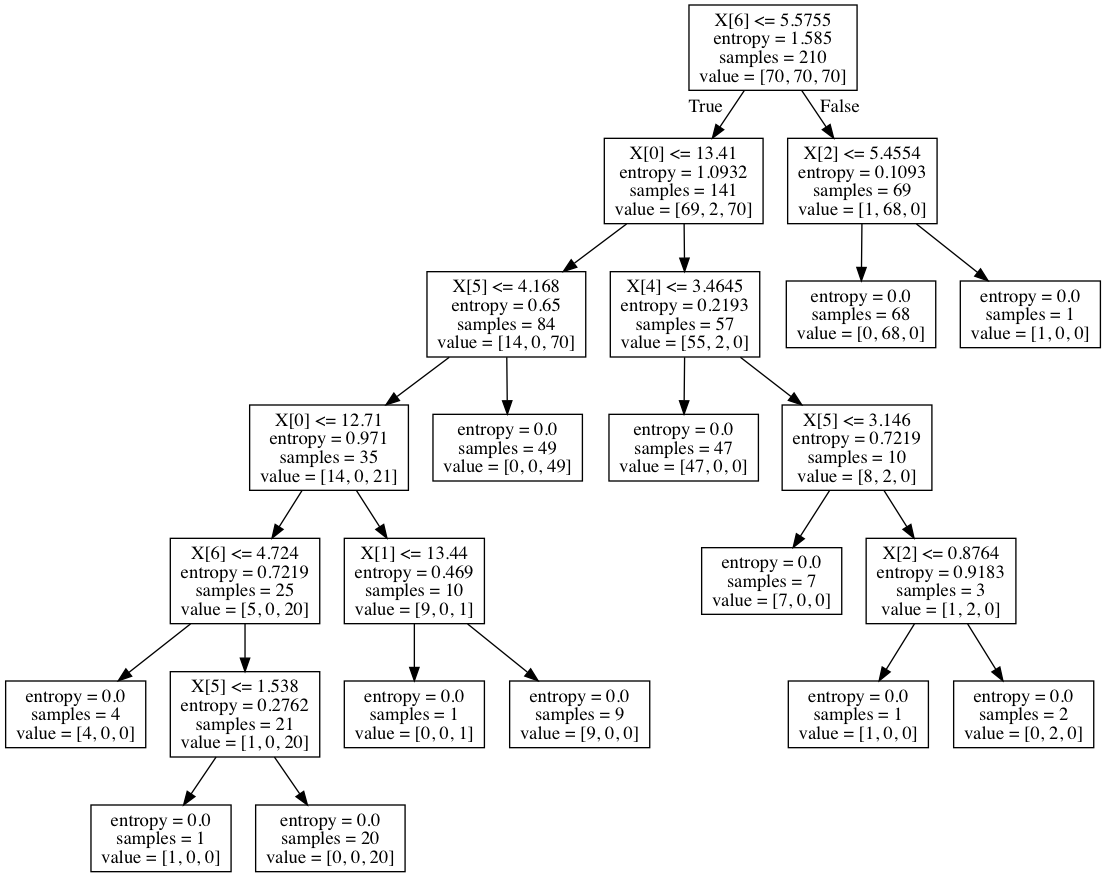
Above: Lesson 1/Варианты/Вариант 8/tree7.png in ademyanchuk/IntellSys (Graphviz), before the change. Its source is kept beside it as Lesson 1/Варианты/Вариант 8/tree7.dot.
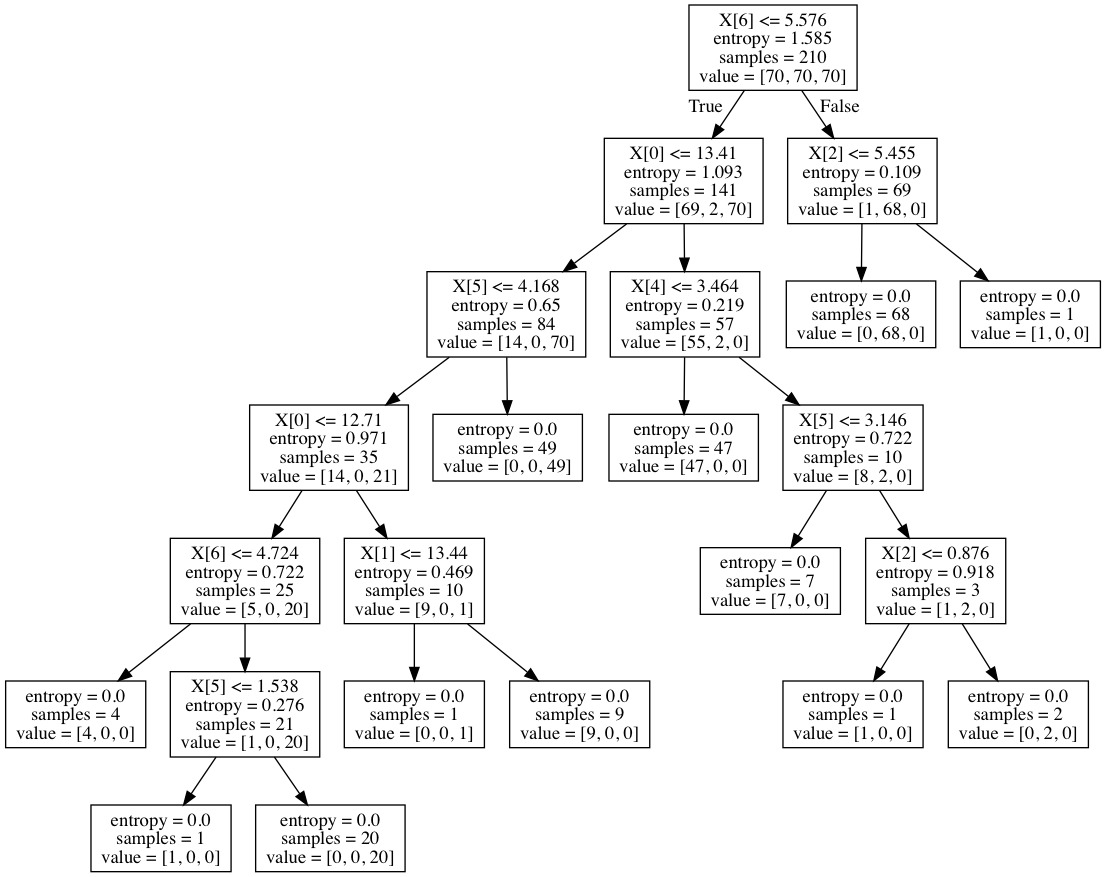
The same file after the commit.

What changed in the source:
```diff
@@ -1,17 +1,17 @@
 digraph Tree {
 node [shape=box] ;
-0 [label="X[6] <= 5.5755\nentropy = 1.585\nsamples = 210\nvalue = [70, 70, 70]"] ;
-1 [label="X[0] <= 13.41\nentropy = 1.0932\nsamples = 141\nvalue = [69, 2, 70]"] ;
+0 [label="X[6] <= 5.576\nentropy = 1.585\nsamples = 210\nvalue = [70, 70, 70]"] ;
+1 [label="X[0] <= 13.41\nentropy = 1.093\nsamples = 141\nvalue = [69, 2, 70]"] ;
 0 -> 1 [labeldistance=2.5, labelangle=45, headlabel="True"] ;
 2 [label="X[5] <= 4.168\nentropy = 0.65\nsamples = 84\nvalue = [14, 0, 70]"] ;
 1 -> 2 ;
 3 [label="X[0] <= 12.71\nentropy = 0.971\nsamples = 35\nvalue = [14, 0, 21]"] ;
 2 -> 3 ;
-4 [label="X[6] <= 4.724\nentropy = 0.7219\nsamples = 25\nvalue = [5, 0, 20]"] ;
+4 [label="X[6] <= 4.724\nentropy = 0.722\nsamples = 25\nvalue = [5, 0, 20]"] ;
 3 -> 4 ;
 5 [label="entropy = 0.0\nsamples = 4\nvalue = [4, 0, 0]"] ;
 4 -> 5 ;
-6 [label="X[5] <= 1.538\nentropy = 0.2762\nsamples = 21\nvalue = [1, 0, 20]"] ;
+6 [label="X[5] <= 1.538\nentropy = 0.276\nsamples = 21\nvalue = [1, 0, 20]"] ;
 4 -> 6 ;
 7 [label="entropy = 0.0\nsamples = 1\nvalue = [1, 0, 0]"] ;
 6 -> 7 ;
@@ -25,21 +25,21 @@
 9 -> 11 ;
 12 [label="entropy = 0.0\nsamples = 49\nvalue = [0, 0, 49]"] ;
 2 -> 12 ;
-13 [label="X[4] <= 3.4645\nentropy = 0.2193\nsamples = 57\nvalue = [55, 2, 0]"] ;
+13 [label="X[4] <= 3.464\nentropy = 0.219\nsamples = 57\nvalue = [55, 2, 0]"] ;
 1 -> 13 ;
 14 [label="entropy = 0.0\nsamples = 47\nvalue = [47, 0, 0]"] ;
 13 -> 14 ;
-15 [label="X[5] <= 3.146\nentropy = 0.7219\nsamples = 10\nvalue = [8, 2, 0]"] ;
+15 [label="X[5] <= 3.146\nentropy = 0.722\nsamples = 10\nvalue = [8, 2, 0]"] ;
 13 -> 15 ;
 16 [label="entropy = 0.0\nsamples = 7\nvalue = [7, 0, 0]"] ;
 15 -> 16 ;
-17 [label="X[2] <= 0.8764\nentropy = 0.9183\nsamples = 3\nvalue = [1, 2, 0]"] ;
+17 [label="X[2] <= 0.876\nentropy = 0.918\nsamples = 3\nvalue = [1, 2, 0]"] ;
 15 -> 17 ;
 18 [label="entropy = 0.0\nsamples = 1\nvalue = [1, 0, 0]"] ;
 17 -> 18 ;
 19 [label="entropy = 0.0\nsamples = 2\nvalue = [0, 2, 0]"] ;
 17 -> 19 ;
-20 [label="X[2] <= 5.4554\nentropy = 0.1093\nsamples = 69\nvalue = [1, 68, 0]"] ;
+20 [label="X[2] <= 5.455\nentropy = 0.109\nsamples = 69\nvalue = [1, 68, 0]"] ;
 0 -> 20 [labeldistance=2.5, labelangle=-45, headlabel="False"] ;
 21 [label="entropy = 0.0\nsamples = 68\nvalue = [0, 68, 0]"] ;
 20 -> 21 ;
```
